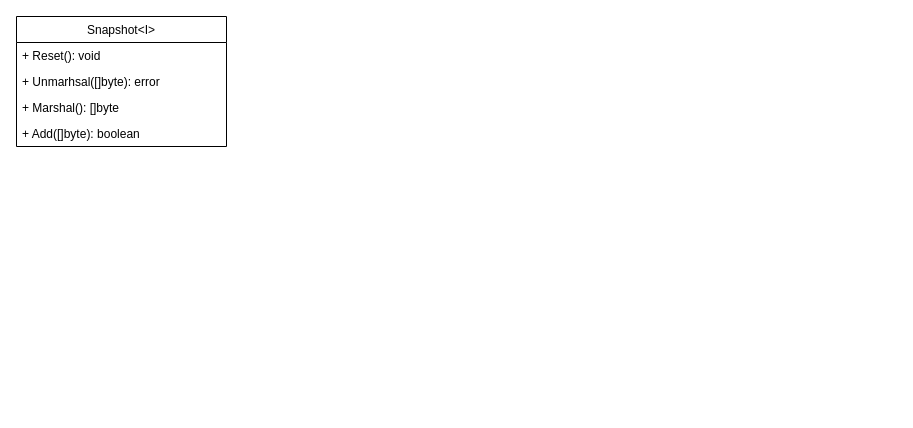
arstevens/hive-sim keeps this draw.io diagram as InterfaceDefinitions.drawio. Above is the earlier version. Source tidied: cells renumbered, new cells numbered last; positions are measured from the earlier drawing's top-left corner, leaving out a move shared by most shapes. Both pictures are drawn from the tidied source at 100%, with x=0, y=0 at pixel (16, 16).
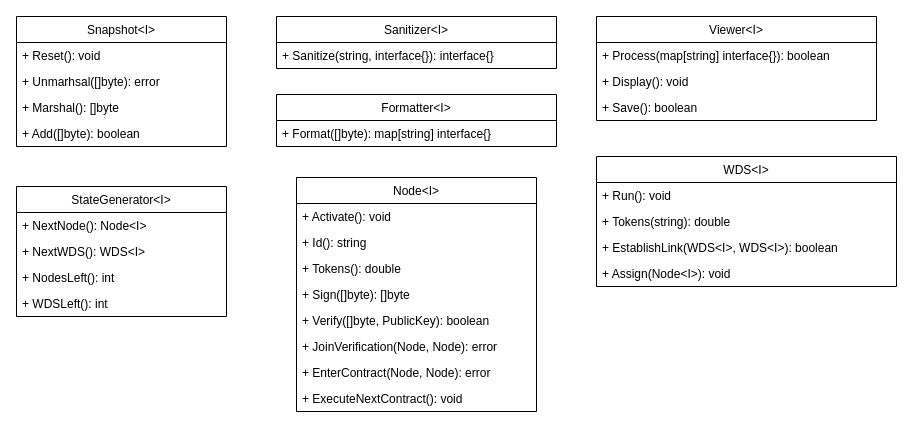
The same page after the edit.

What changed in the source:
```diff
@@
+    <mxCell id="7" value="Sanitizer&lt;I&gt;" style="swimlane;fontStyle=0;horizontal=1;startSize=26;fillColor=none;" parent="1" vertex="1">
+      <mxGeometry x="260" width="280" height="52" as="geometry" />
+    </mxCell>
+    <mxCell id="8" value="+ Sanitize(string, interface{}): interface{}" style="text;strokeColor=none;fillColor=none;align=left;verticalAlign=top;spacingLeft=4;spacingRight=4;overflow=hidden;" parent="7" vertex="1">
+      <mxGeometry y="26" width="280" height="26" as="geometry" />
+    </mxCell>
+    <mxCell id="9" value="StateGenerator&lt;I&gt;" style="swimlane;fontStyle=0;horizontal=1;startSize=26;fillColor=none;" parent="1" vertex="1">
+      <mxGeometry y="170" width="210" height="130" as="geometry" />
+    </mxCell>
+    <mxCell id="10" value="+ NextNode(): Node&lt;I&gt;" style="text;strokeColor=none;fillColor=none;align=left;verticalAlign=top;spacingLeft=4;spacingRight=4;overflow=hidden;" parent="9" vertex="1">
+      <mxGeometry y="26" width="210" height="26" as="geometry" />
+    </mxCell>
+    <mxCell id="11" value="+ NextWDS(): WDS&lt;I&gt;" style="text;strokeColor=none;fillColor=none;align=left;verticalAlign=top;spacingLeft=4;spacingRight=4;overflow=hidden;" parent="9" vertex="1">
+      <mxGeometry y="52" width="210" height="26" as="geometry" />
+    </mxCell>
+    <mxCell id="12" value="+ NodesLeft(): int" style="text;strokeColor=none;fillColor=none;align=left;verticalAlign=top;spacingLeft=4;spacingRight=4;overflow=hidden;" parent="9" vertex="1">
+      <mxGeometry y="78" width="210" height="26" as="geometry" />
+    </mxCell>
+    <mxCell id="13" value="+ WDSLeft(): int" style="text;strokeColor=none;fillColor=none;align=left;verticalAlign=top;spacingLeft=4;spacingRight=4;overflow=hidden;" parent="9" vertex="1">
+      <mxGeometry y="104" width="210" height="26" as="geometry" />
+    </mxCell>
+    <mxCell id="14" value="Formatter&lt;I&gt;" style="swimlane;fontStyle=0;horizontal=1;startSize=26;fillColor=none;" parent="1" vertex="1">
+      <mxGeometry x="260" y="78" width="280" height="52" as="geometry" />
+    </mxCell>
+    <mxCell id="15" value="+ Format([]byte): map[string] interface{}" style="text;strokeColor=none;fillColor=none;align=left;verticalAlign=top;spacingLeft=4;spacingRight=4;overflow=hidden;" parent="14" vertex="1">
+      <mxGeometry y="26" width="280" height="26" as="geometry" />
+    </mxCell>
+    <mxCell id="16" value="Viewer&lt;I&gt;" style="swimlane;fontStyle=0;horizontal=1;startSize=26;fillColor=none;" parent="1" vertex="1">
+      <mxGeometry x="580" width="280" height="104" as="geometry" />
+    </mxCell>
+    <mxCell id="17" value="+ Process(map[string] interface{}): boolean" style="text;strokeColor=none;fillColor=none;align=left;verticalAlign=top;spacingLeft=4;spacingRight=4;overflow=hidden;" parent="16" vertex="1">
+      <mxGeometry y="26" width="280" height="26" as="geometry" />
+    </mxCell>
+    <mxCell id="18" value="+ Display(): void" style="text;strokeColor=none;fillColor=none;align=left;verticalAlign=top;spacingLeft=4;spacingRight=4;overflow=hidden;" parent="16" vertex="1">
+      <mxGeometry y="52" width="280" height="26" as="geometry" />
+    </mxCell>
+    <mxCell id="19" value="+ Save(): boolean&#10;" style="text;strokeColor=none;fillColor=none;align=left;verticalAlign=top;spacingLeft=4;spacingRight=4;overflow=hidden;" parent="16" vertex="1">
+      <mxGeometry y="78" width="280" height="26" as="geometry" />
+    </mxCell>
+    <mxCell id="20" value="WDS&lt;I&gt;" style="swimlane;fontStyle=0;horizontal=1;startSize=26;fillColor=none;" parent="1" vertex="1">
+      <mxGeometry x="580" y="140" width="300" height="130" as="geometry" />
+    </mxCell>
+    <mxCell id="21" value="+ Run(): void" style="text;strokeColor=none;fillColor=none;align=left;verticalAlign=top;spacingLeft=4;spacingRight=4;overflow=hidden;" parent="20" vertex="1">
+      <mxGeometry y="26" width="300" height="26" as="geometry" />
+    </mxCell>
+    <mxCell id="22" value="+ Tokens(string): double" style="text;strokeColor=none;fillColor=none;align=left;verticalAlign=top;spacingLeft=4;spacingRight=4;overflow=hidden;" parent="20" vertex="1">
+      <mxGeometry y="52" width="300" height="26" as="geometry" />
+    </mxCell>
+    <mxCell id="23" value="+ EstablishLink(WDS&lt;I&gt;, WDS&lt;I&gt;): boolean" style="text;strokeColor=none;fillColor=none;align=left;verticalAlign=top;spacingLeft=4;spacingRight=4;overflow=hidden;" parent="20" vertex="1">
+      <mxGeometry y="78" width="300" height="26" as="geometry" />
+    </mxCell>
+    <mxCell id="24" value="+ Assign(Node&lt;I&gt;): void" style="text;strokeColor=none;fillColor=none;align=left;verticalAlign=top;spacingLeft=4;spacingRight=4;overflow=hidden;" parent="20" vertex="1">
+      <mxGeometry y="104" width="300" height="26" as="geometry" />
+    </mxCell>
+    <mxCell id="25" value="Node&lt;I&gt;" style="swimlane;fontStyle=0;horizontal=1;startSize=26;fillColor=none;" parent="1" vertex="1">
+      <mxGeometry x="280" y="161" width="240" height="234" as="geometry" />
+    </mxCell>
+    <mxCell id="26" value="+ Activate(): void" style="text;strokeColor=none;fillColor=none;align=left;verticalAlign=top;spacingLeft=4;spacingRight=4;overflow=hidden;" parent="25" vertex="1">
+      <mxGeometry y="26" width="240" height="26" as="geometry" />
+    </mxCell>
+    <mxCell id="27" value="+ Id(): string" style="text;strokeColor=none;fillColor=none;align=left;verticalAlign=top;spacingLeft=4;spacingRight=4;overflow=hidden;" parent="25" vertex="1">
+      <mxGeometry y="52" width="240" height="26" as="geometry" />
+    </mxCell>
+    <mxCell id="28" value="+ Tokens(): double" style="text;strokeColor=none;fillColor=none;align=left;verticalAlign=top;spacingLeft=4;spacingRight=4;overflow=hidden;" parent="25" vertex="1">
+      <mxGeometry y="78" width="240" height="26" as="geometry" />
+    </mxCell>
+    <mxCell id="29" value="+ Sign([]byte): []byte" style="text;strokeColor=none;fillColor=none;align=left;verticalAlign=top;spacingLeft=4;spacingRight=4;overflow=hidden;" parent="25" vertex="1">
+      <mxGeometry y="104" width="240" height="26" as="geometry" />
+    </mxCell>
+    <mxCell id="30" value="+ Verify([]byte, PublicKey): boolean" style="text;strokeColor=none;fillColor=none;align=left;verticalAlign=top;spacingLeft=4;spacingRight=4;overflow=hidden;" parent="25" vertex="1">
+      <mxGeometry y="130" width="240" height="26" as="geometry" />
+    </mxCell>
+    <mxCell id="31" value="+ JoinVerification(Node, Node): error" style="text;strokeColor=none;fillColor=none;align=left;verticalAlign=top;spacingLeft=4;spacingRight=4;overflow=hidden;" parent="25" vertex="1">
+      <mxGeometry y="156" width="240" height="26" as="geometry" />
+    </mxCell>
+    <mxCell id="32" value="+ EnterContract(Node, Node): error" style="text;strokeColor=none;fillColor=none;align=left;verticalAlign=top;spacingLeft=4;spacingRight=4;overflow=hidden;" parent="25" vertex="1">
+      <mxGeometry y="182" width="240" height="26" as="geometry" />
+    </mxCell>
+    <mxCell id="33" value="+ ExecuteNextContract(): void" style="text;strokeColor=none;fillColor=none;align=left;verticalAlign=top;spacingLeft=4;spacingRight=4;overflow=hidden;" parent="25" vertex="1">
+      <mxGeometry y="208" width="240" height="26" as="geometry" />
+    </mxCell>
```
